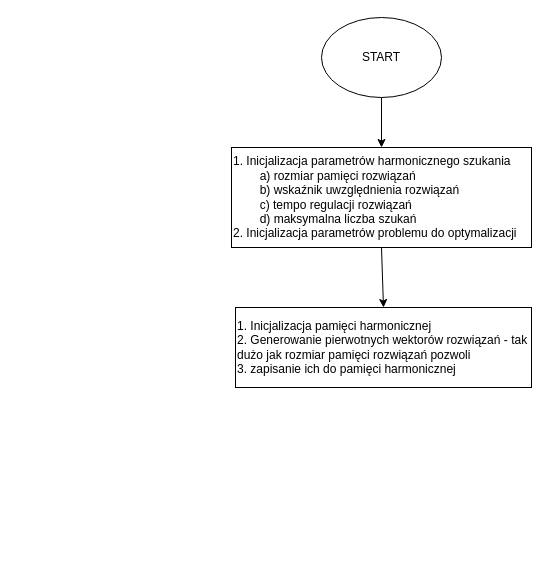
This is dokumentacja/algorytm.drawio from EmPi8337/HS, a draw.io file, before an edit. Source tidied: cells renumbered, new cells numbered last; positions are measured from the earlier drawing's top-left corner, leaving out a move shared by most shapes. Both pictures are drawn from the tidied source at 100%, with x=0, y=0 at pixel (231, 17).
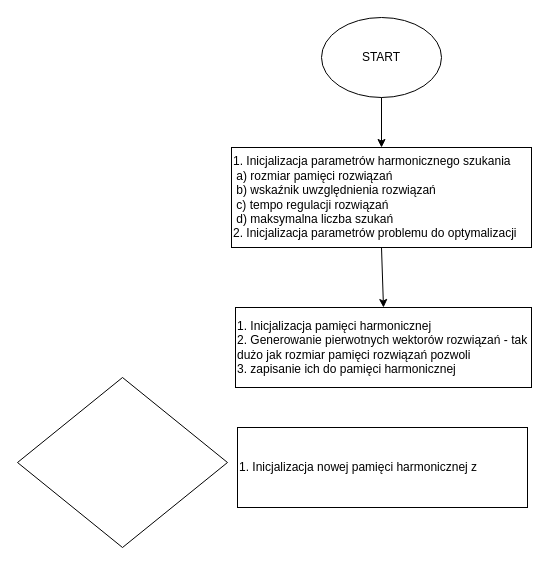
The same page after the edit.

Commit message:
niewiele zrobione

What changed in the source:
```diff
@@
 <mxGraphModel>
   <root>
     <mxCell id="0" />
     <mxCell id="1" parent="0" />
-    <mxCell id="2" value="&lt;div&gt;1. Inicjalizacja parametrów harmonicznego szukania&lt;/div&gt;&lt;div&gt;&lt;span style=&quot;white-space: pre&quot;&gt;&#9;&lt;/span&gt;a) rozmiar pamięci rozwiązań&lt;br&gt;&lt;/div&gt;&lt;div&gt;&lt;span style=&quot;white-space: pre&quot;&gt;&#9;&lt;/span&gt;b) wskaźnik uwzględnienia rozwiązań&lt;/div&gt;&lt;div&gt;&lt;span style=&quot;white-space: pre&quot;&gt;&#9;&lt;/span&gt;c) tempo regulacji rozwiązań&lt;/div&gt;&lt;div&gt;&lt;span style=&quot;white-space: pre&quot;&gt;&#9;&lt;/span&gt;d) maksymalna liczba szukań&lt;/div&gt;&lt;div&gt;2. Inicjalizacja parametrów problemu do optymalizacji&lt;br&gt;&lt;/div&gt;" style="rounded=0;whiteSpace=wrap;html=1;align=left;" parent="1" vertex="1">
+    <mxCell id="2" value="&lt;div&gt;1. Inicjalizacja parametrów harmonicznego szukania&lt;/div&gt;&lt;div&gt;&lt;span style=&quot;white-space: pre&quot;&gt; &lt;/span&gt;a) rozmiar pamięci rozwiązań&lt;br&gt;&lt;/div&gt;&lt;div&gt;&lt;span style=&quot;white-space: pre&quot;&gt; &lt;/span&gt;b) wskaźnik uwzględnienia rozwiązań&lt;/div&gt;&lt;div&gt;&lt;span style=&quot;white-space: pre&quot;&gt; &lt;/span&gt;c) tempo regulacji rozwiązań&lt;/div&gt;&lt;div&gt;&lt;span style=&quot;white-space: pre&quot;&gt; &lt;/span&gt;d) maksymalna liczba szukań&lt;/div&gt;&lt;div&gt;2. Inicjalizacja parametrów problemu do optymalizacji&lt;br&gt;&lt;/div&gt;" style="rounded=0;whiteSpace=wrap;html=1;align=left;" parent="1" vertex="1">
       <mxGeometry y="130" width="300" height="100" as="geometry" />
     </mxCell>
     <mxCell id="3" value="START" style="ellipse;whiteSpace=wrap;html=1;" parent="1" vertex="1">
       <mxGeometry x="90" width="120" height="80" as="geometry" />
     </mxCell>
     <mxCell id="4" style="endArrow=classic;html=1;rounded=0;exitX=0.5;exitY=1;exitDx=0;exitDy=0;entryX=0.5;entryY=0;entryDx=0;entryDy=0;" parent="1" edge="1" source="3" target="2">
       <mxGeometry relative="1" as="geometry" />
     </mxCell>
     <mxCell id="5" value="&lt;div&gt;1. Inicjalizacja pamięci harmonicznej&lt;/div&gt;&lt;div&gt;2. Generowanie pierwotnych wektorów rozwiązań - tak dużo jak rozmiar pamięci rozwiązań pozwoli&lt;/div&gt;&lt;div&gt;3. zapisanie ich do pamięci harmonicznej &lt;br&gt; &lt;/div&gt;" style="rounded=0;whiteSpace=wrap;html=1;align=left;" parent="1" vertex="1">
       <mxGeometry x="4" y="290" width="296" height="80" as="geometry" />
     </mxCell>
     <mxCell id="6" style="endArrow=classic;html=1;rounded=0;exitX=0.5;exitY=1;exitDx=0;exitDy=0;entryX=0.5;entryY=0;entryDx=0;entryDy=0;" parent="1" edge="1" source="2" target="5">
       <mxGeometry relative="1" as="geometry" />
     </mxCell>
+    <mxCell id="7" value="1. Inicjalizacja nowej pamięci harmonicznej z " style="rounded=0;whiteSpace=wrap;html=1;align=left;" parent="1" vertex="1">
+      <mxGeometry x="6" y="410" width="290" height="80" as="geometry" />
+    </mxCell>
+    <mxCell id="8" style="rhombus;whiteSpace=wrap;html=1;" parent="1" vertex="1">
+      <mxGeometry x="-214" y="360" width="210" height="170" as="geometry" />
+    </mxCell>
   </root>
 </mxGraphModel>
```
